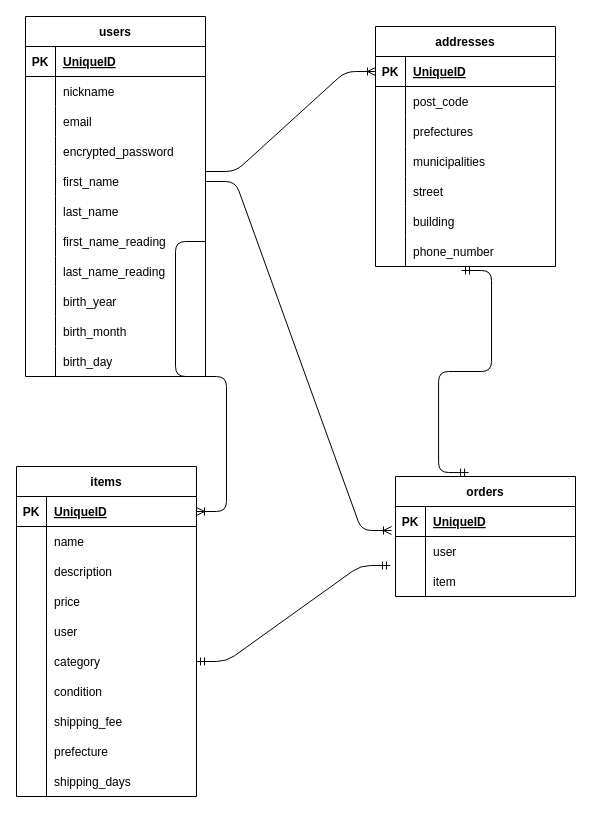
Earlier version of the draw.io diagram tester.dio (sho0612/furima-40814). Source tidied: cells renumbered, new cells numbered last; positions are measured from the earlier drawing's top-left corner, leaving out a move shared by most shapes. Both pictures are drawn from the tidied source at 100%, with x=0, y=0 at pixel (16, 16).
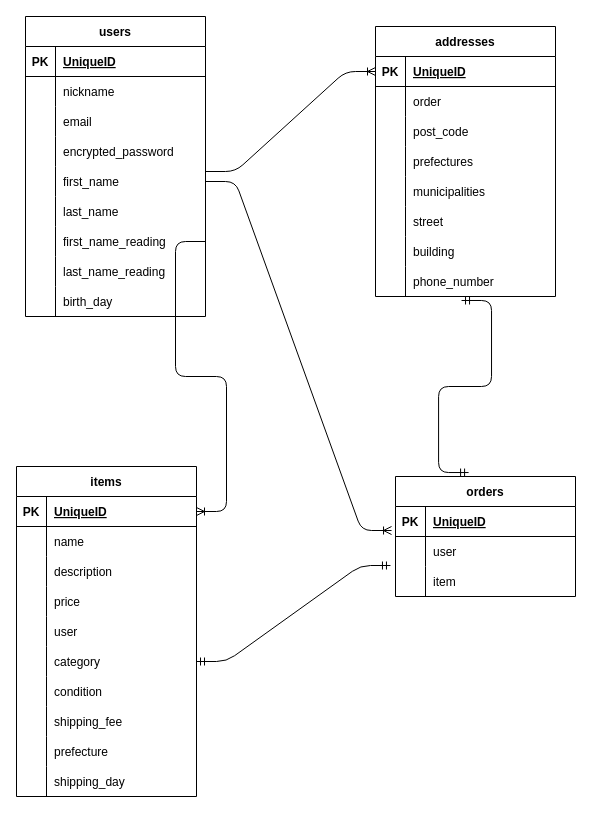
After the change.

Commit message (it also covers changes not shown here):
データベース設計（secondレビューへの対応）

Unchanged cells that the change refers to:
```xml
<mxCell id="64" style="shape=tableRow;horizontal=0;startSize=0;swimlaneHead=0;swimlaneBody=0;fillColor=none;top=0;left=0;right=0;bottom=0;" parent="36" vertex="1">
  <mxGeometry y="300" width="180" height="30" as="geometry" />
</mxCell>
```

Diff of the diagram source:
```diff
@@
     <mxCell id="2" value="users" style="shape=table;startSize=30;childLayout=tableLayout;rowLines=0;fontStyle=1;align=center;" parent="1" vertex="1">
-      <mxGeometry x="9" width="180" height="360" as="geometry" />
+      <mxGeometry x="9" width="180" height="300" as="geometry" />
     </mxCell>
@@
-    <mxCell id="27" style="shape=tableRow;horizontal=0;startSize=0;swimlaneHead=0;swimlaneBody=0;fillColor=none;top=0;left=0;right=0;bottom=0;" parent="2" vertex="1">
-      <mxGeometry y="270" width="180" height="30" as="geometry" />
-    </mxCell>
-    <mxCell id="28" style="shape=partialRectangle;fillColor=none;top=0;left=0;bottom=0;right=0;overflow=hidden;" parent="27" vertex="1">
-      <mxGeometry width="30" height="30" as="geometry" />
-    </mxCell>
-    <mxCell id="29" value="birth_year" style="shape=partialRectangle;fillColor=none;top=0;left=0;bottom=0;right=0;align=left;spacingLeft=6;overflow=hidden;" parent="27" vertex="1">
-      <mxGeometry x="30" width="150" height="30" as="geometry" />
-    </mxCell>
-    <mxCell id="30" style="shape=tableRow;horizontal=0;startSize=0;swimlaneHead=0;swimlaneBody=0;fillColor=none;top=0;left=0;right=0;bottom=0;" parent="2" vertex="1">
-      <mxGeometry y="300" width="180" height="30" as="geometry" />
-    </mxCell>
-    <mxCell id="31" style="shape=partialRectangle;fillColor=none;top=0;left=0;bottom=0;right=0;overflow=hidden;" parent="30" vertex="1">
-      <mxGeometry width="30" height="30" as="geometry" />
-    </mxCell>
-    <mxCell id="32" value="birth_month" style="shape=partialRectangle;fillColor=none;top=0;left=0;bottom=0;right=0;align=left;spacingLeft=6;overflow=hidden;" parent="30" vertex="1">
-      <mxGeometry x="30" width="150" height="30" as="geometry" />
-    </mxCell>
     <mxCell id="33" style="shape=tableRow;horizontal=0;startSize=0;swimlaneHead=0;swimlaneBody=0;fillColor=none;top=0;left=0;right=0;bottom=0;" parent="2" vertex="1">
-      <mxGeometry y="330" width="180" height="30" as="geometry" />
+      <mxGeometry y="270" width="180" height="30" as="geometry" />
     </mxCell>
@@
-    <mxCell id="66" value="shipping_days" style="shape=partialRectangle;fillColor=none;top=0;left=0;bottom=0;right=0;align=left;spacingLeft=6;overflow=hidden;" parent="64" vertex="1">
+    <mxCell id="66" value="shipping_day" style="shape=partialRectangle;fillColor=none;top=0;left=0;bottom=0;right=0;align=left;spacingLeft=6;overflow=hidden;" parent="64" vertex="1">
       <mxGeometry x="30" width="150" height="30" as="geometry" />
     </mxCell>
@@
     <mxCell id="77" value="addresses" style="shape=table;startSize=30;childLayout=tableLayout;rowLines=0;fontStyle=1;align=center;" parent="1" vertex="1">
-      <mxGeometry x="359" y="10" width="180" height="240" as="geometry" />
+      <mxGeometry x="359" y="10" width="180" height="270" as="geometry" />
     </mxCell>
@@
+    <mxCell id="104" style="shape=tableRow;horizontal=0;startSize=0;swimlaneHead=0;swimlaneBody=0;fillColor=none;top=0;left=0;right=0;bottom=0;" parent="77" vertex="1">
+      <mxGeometry y="60" width="180" height="30" as="geometry" />
+    </mxCell>
+    <mxCell id="105" style="shape=partialRectangle;fillColor=none;top=0;left=0;bottom=0;right=0;overflow=hidden;" parent="104" vertex="1">
+      <mxGeometry width="30" height="30" as="geometry" />
+    </mxCell>
+    <mxCell id="106" value="order" style="shape=partialRectangle;fillColor=none;top=0;left=0;bottom=0;right=0;align=left;spacingLeft=6;overflow=hidden;" parent="104" vertex="1">
+      <mxGeometry x="30" width="150" height="30" as="geometry" />
+    </mxCell>
     <mxCell id="81" style="shape=tableRow;horizontal=0;startSize=0;swimlaneHead=0;swimlaneBody=0;fillColor=none;top=0;left=0;right=0;bottom=0;" parent="77" vertex="1">
-      <mxGeometry y="60" width="180" height="30" as="geometry" />
+      <mxGeometry y="90" width="180" height="30" as="geometry" />
     </mxCell>
@@
     <mxCell id="84" style="shape=tableRow;horizontal=0;startSize=0;swimlaneHead=0;swimlaneBody=0;fillColor=none;top=0;left=0;right=0;bottom=0;" parent="77" vertex="1">
-      <mxGeometry y="90" width="180" height="30" as="geometry" />
+      <mxGeometry y="120" width="180" height="30" as="geometry" />
     </mxCell>
@@
     <mxCell id="87" style="shape=tableRow;horizontal=0;startSize=0;swimlaneHead=0;swimlaneBody=0;fillColor=none;top=0;left=0;right=0;bottom=0;" parent="77" vertex="1">
-      <mxGeometry y="120" width="180" height="30" as="geometry" />
+      <mxGeometry y="150" width="180" height="30" as="geometry" />
     </mxCell>
@@
     <mxCell id="90" style="shape=tableRow;horizontal=0;startSize=0;swimlaneHead=0;swimlaneBody=0;fillColor=none;top=0;left=0;right=0;bottom=0;" parent="77" vertex="1">
-      <mxGeometry y="150" width="180" height="30" as="geometry" />
+      <mxGeometry y="180" width="180" height="30" as="geometry" />
     </mxCell>
@@
     <mxCell id="93" style="shape=tableRow;horizontal=0;startSize=0;swimlaneHead=0;swimlaneBody=0;fillColor=none;top=0;left=0;right=0;bottom=0;" parent="77" vertex="1">
-      <mxGeometry y="180" width="180" height="30" as="geometry" />
+      <mxGeometry y="210" width="180" height="30" as="geometry" />
     </mxCell>
@@
     <mxCell id="96" style="shape=tableRow;horizontal=0;startSize=0;swimlaneHead=0;swimlaneBody=0;fillColor=none;points=[[0,0.5],[1,0.5]];portConstraint=eastwest;top=0;left=0;right=0;bottom=0;" parent="77" vertex="1">
-      <mxGeometry y="210" width="180" height="30" as="geometry" />
+      <mxGeometry y="240" width="180" height="30" as="geometry" />
     </mxCell>
```
